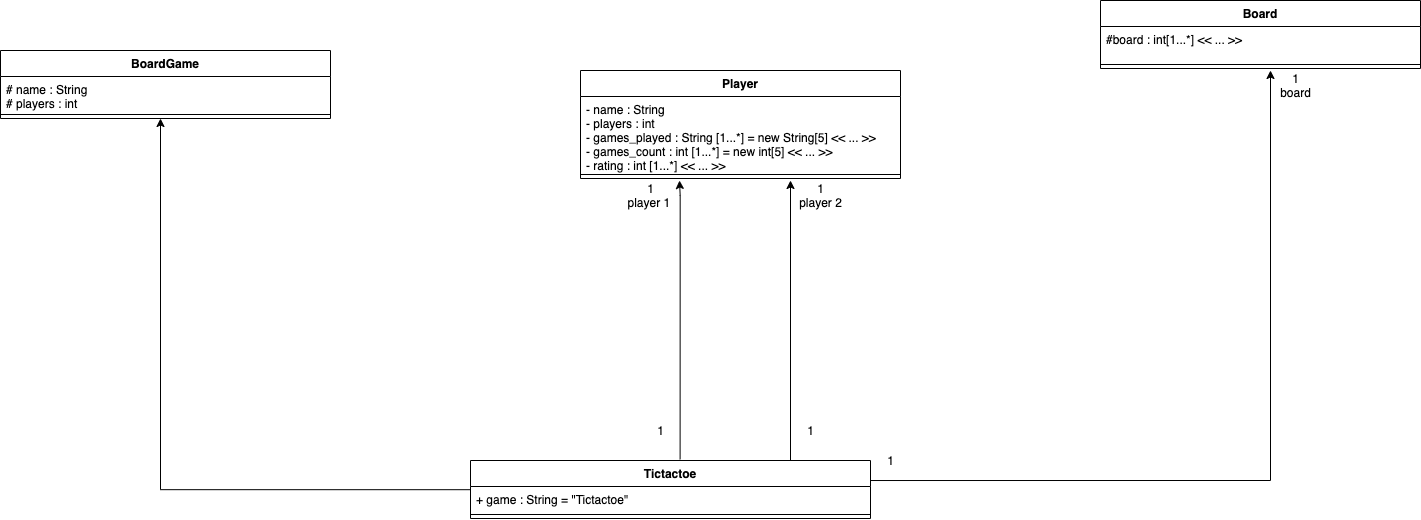
akshatg007/Domain_Model_ClassDiagram keeps this draw.io diagram as UMLUpdated.png. Above is the earlier version. Source tidied: cells renumbered, new cells last; positions are measured from the earlier drawing's top-left corner, leaving out a move shared by most shapes.
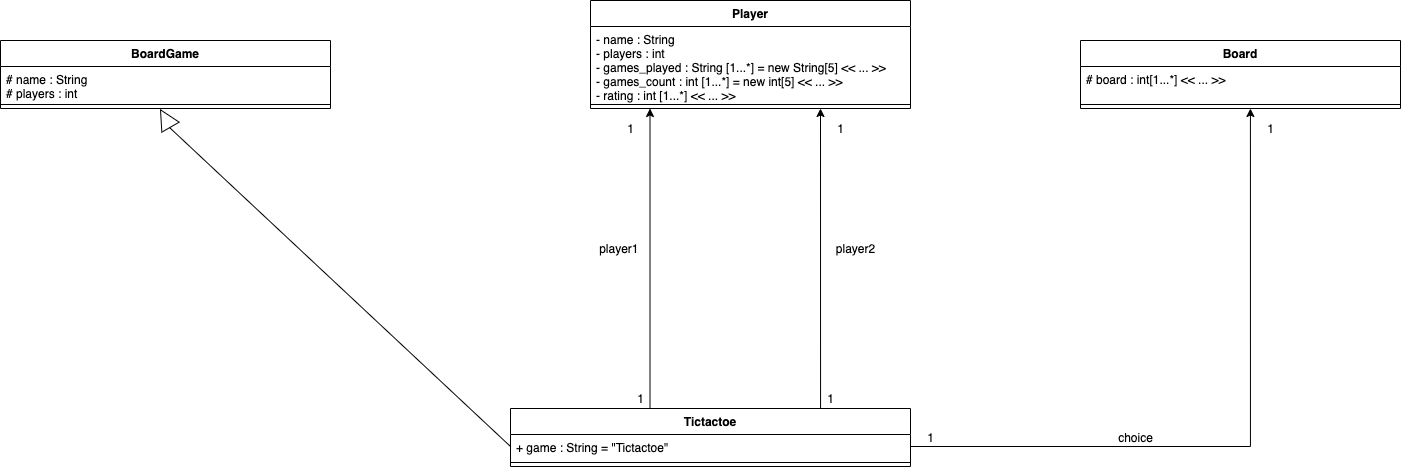
Above is the later version.

The edit, as a diff of the source:
```diff
@@ -3,7 +3,7 @@
     <mxCell id="0" />
     <mxCell id="1" parent="0" />
     <mxCell id="2" value="BoardGame" style="swimlane;fontStyle=1;align=center;verticalAlign=top;horizontal=1;startSize=26;" parent="1" vertex="1">
-      <mxGeometry y="50" width="330" height="68" as="geometry" />
+      <mxGeometry x="-440" y="-28" width="330" height="68" as="geometry" />
     </mxCell>
     <mxCell id="3" value="# name : String&#10;# players : int&#10;" style="text;strokeColor=none;fillColor=none;align=left;verticalAlign=top;spacingLeft=4;spacingRight=4;overflow=hidden;" parent="2" vertex="1">
       <mxGeometry y="26" width="330" height="34" as="geometry" />
@@ -12,7 +12,7 @@
       <mxGeometry y="60" width="330" height="8" as="geometry" />
     </mxCell>
     <mxCell id="5" value="Tictactoe" style="swimlane;fontStyle=1;align=center;verticalAlign=top;horizontal=1;startSize=26;" parent="1" vertex="1">
-      <mxGeometry x="470" y="460" width="400" height="58" as="geometry" />
+      <mxGeometry x="70" y="340" width="400" height="58" as="geometry" />
     </mxCell>
     <mxCell id="6" value="+ game : String = &quot;Tictactoe&quot;" style="text;strokeColor=none;fillColor=none;align=left;verticalAlign=top;spacingLeft=4;spacingRight=4;overflow=hidden;points=[[0,0.5],[1,0.5]];portConstraint=eastwest;" parent="5" vertex="1">
       <mxGeometry y="26" width="400" height="24" as="geometry" />
@@ -21,7 +21,7 @@
       <mxGeometry y="50" width="400" height="8" as="geometry" />
     </mxCell>
     <mxCell id="8" value="Player" style="swimlane;fontStyle=1;align=center;verticalAlign=top;horizontal=1;startSize=26;labelBackgroundColor=none;labelBorderColor=none;" parent="1" vertex="1">
-      <mxGeometry x="580" y="70" width="320" height="108" as="geometry" />
+      <mxGeometry x="150" y="-68" width="320" height="108" as="geometry" />
     </mxCell>
     <mxCell id="9" value="- name : String&#10;- players : int&#10;- games_played : String [1...*] = new String[5] &lt;&lt; ... &gt;&gt;&#10;- games_count : int [1...*] = new int[5] &lt;&lt; ... &gt;&gt;&#10;- rating : int [1...*] &lt;&lt; ... &gt;&gt;&#10;" style="text;strokeColor=none;fillColor=none;align=left;verticalAlign=top;spacingLeft=4;spacingRight=4;overflow=hidden;" parent="8" vertex="1">
       <mxGeometry y="26" width="320" height="74" as="geometry" />
@@ -30,63 +30,67 @@
       <mxGeometry y="100" width="320" height="8" as="geometry" />
     </mxCell>
     <mxCell id="11" value="Board" style="swimlane;fontStyle=1;align=center;verticalAlign=top;horizontal=1;startSize=26;" parent="1" vertex="1">
-      <mxGeometry x="1100" width="320" height="68" as="geometry" />
+      <mxGeometry x="640" y="-28" width="320" height="68" as="geometry" />
     </mxCell>
-    <mxCell id="12" value="#board : int[1...*] &lt;&lt; ... &gt;&gt;" style="text;strokeColor=none;fillColor=none;align=left;verticalAlign=top;spacingLeft=4;spacingRight=4;overflow=hidden;" parent="11" vertex="1">
-      <mxGeometry y="26" width="320" height="34" as="geometry" />
-    </mxCell>
+    <mxCell id="24" value="# board : int[1...*] &lt;&lt; ... &gt;&gt;" style="text;strokeColor=none;fillColor=none;align=left;verticalAlign=top;spacingLeft=4;spacingRight=4;overflow=hidden;" parent="11" vertex="1">
+      <mxGeometry y="26" width="320" height="34" as="geometry" />
+    </mxCell>
     <mxCell id="13" style="line;strokeWidth=1;fillColor=none;align=left;verticalAlign=middle;spacingTop=-1;spacingLeft=3;spacingRight=3;labelPosition=right;" parent="11" vertex="1">
       <mxGeometry y="60" width="320" height="8" as="geometry" />
     </mxCell>
-    <mxCell id="14" style="endArrow=classic;html=1;rounded=0;edgeStyle=orthogonalEdgeStyle;exitX=1;exitY=0.348;exitDx=0;exitDy=0;exitPerimeter=0;" parent="1" edge="1">
-      <mxGeometry relative="1" as="geometry">
-        <mxPoint x="870" y="480" as="sourcePoint" />
-        <mxPoint x="1270" y="70" as="targetPoint" />
-      </mxGeometry>
-    </mxCell>
-    <mxCell id="15" style="endArrow=classic;html=1;rounded=0;edgeStyle=orthogonalEdgeStyle;exitX=0.524;exitY=-0.021;exitDx=0;exitDy=0;exitPerimeter=0;" parent="1" edge="1" source="5">
-      <mxGeometry relative="1" as="geometry">
-        <mxPoint x="679" y="180" as="targetPoint" />
-        <Array as="points">
-          <mxPoint x="680" y="195" />
-          <mxPoint x="679" y="195" />
-        </Array>
-      </mxGeometry>
-    </mxCell>
-    <mxCell id="16" style="endArrow=classic;html=1;rounded=0;edgeStyle=orthogonalEdgeStyle;exitX=0.8;exitY=0;exitDx=0;exitDy=0;exitPerimeter=0;" parent="1" edge="1" source="5">
-      <mxGeometry relative="1" as="geometry">
-        <mxPoint x="790" y="180" as="targetPoint" />
-        <Array as="points">
-          <mxPoint x="790" y="180" />
-          <mxPoint x="790" y="180" />
-        </Array>
-      </mxGeometry>
-    </mxCell>
-    <mxCell id="17" style="endArrow=classic;html=1;rounded=0;edgeStyle=orthogonalEdgeStyle;entryX=0.462;entryY=1.019;entryDx=0;entryDy=0;entryPerimeter=0;exitX=-0.001;exitY=0.133;exitDx=0;exitDy=0;exitPerimeter=0;" parent="1" edge="1" source="6">
-      <mxGeometry relative="1" as="geometry">
-        <mxPoint x="160" y="118" as="targetPoint" />
-        <Array as="points">
-          <mxPoint x="160" y="489" />
-        </Array>
-      </mxGeometry>
-    </mxCell>
-    <mxCell id="18" value="1&lt;br&gt;player 1&amp;nbsp;" style="text;html=1;align=center;verticalAlign=middle;strokeColor=none;fillColor=none;" parent="1" vertex="1">
-      <mxGeometry x="620" y="180" width="60" height="30" as="geometry" />
-    </mxCell>
-    <mxCell id="19" value="1&lt;br&gt;player 2" style="text;html=1;align=center;verticalAlign=middle;strokeColor=none;fillColor=none;" parent="1" vertex="1">
-      <mxGeometry x="790" y="180" width="60" height="30" as="geometry" />
-    </mxCell>
-    <mxCell id="20" value="1&lt;br&gt;board" style="text;html=1;align=center;verticalAlign=middle;strokeColor=none;fillColor=none;" parent="1" vertex="1">
-      <mxGeometry x="1270" y="70" width="50" height="30" as="geometry" />
-    </mxCell>
-    <mxCell id="21" value="1" style="text;html=1;align=center;verticalAlign=middle;strokeColor=none;fillColor=none;" parent="1" vertex="1">
-      <mxGeometry x="650" y="420" width="20" height="20" as="geometry" />
-    </mxCell>
-    <mxCell id="22" value="1" style="text;html=1;align=center;verticalAlign=middle;strokeColor=none;fillColor=none;" parent="1" vertex="1">
-      <mxGeometry x="800" y="420" width="20" height="20" as="geometry" />
-    </mxCell>
-    <mxCell id="23" value="1" style="text;html=1;align=center;verticalAlign=middle;strokeColor=none;fillColor=none;" parent="1" vertex="1">
-      <mxGeometry x="880" y="450" width="20" height="20" as="geometry" />
-    </mxCell>
+    <mxCell id="25" style="endArrow=classic;html=1;rounded=0;edgeStyle=orthogonalEdgeStyle;exitX=1;exitY=0.5;exitDx=0;exitDy=0;entryX=0.531;entryY=1;entryDx=0;entryDy=0;entryPerimeter=0;" parent="1" edge="1" source="6">
+      <mxGeometry relative="1" as="geometry">
+        <mxPoint x="809.9" y="40" as="targetPoint" />
+      </mxGeometry>
+    </mxCell>
+    <mxCell id="26" style="endArrow=classic;html=1;rounded=0;edgeStyle=orthogonalEdgeStyle;" parent="1" edge="1">
+      <mxGeometry relative="1" as="geometry">
+        <mxPoint x="209.5" y="340" as="sourcePoint" />
+        <mxPoint x="209.5" y="40" as="targetPoint" />
+      </mxGeometry>
+    </mxCell>
+    <mxCell id="27" style="endArrow=classic;html=1;rounded=0;edgeStyle=orthogonalEdgeStyle;entryX=0.75;entryY=1;entryDx=0;entryDy=0;entryPerimeter=0;exitX=0.8;exitY=0;exitDx=0;exitDy=0;exitPerimeter=0;" parent="1" edge="1" source="5">
+      <mxGeometry relative="1" as="geometry">
+        <mxPoint x="380" y="40" as="targetPoint" />
+        <Array as="points">
+          <mxPoint x="380" y="340" />
+        </Array>
+      </mxGeometry>
+    </mxCell>
+    <mxCell id="28" value="1&lt;br&gt;" style="text;html=1;align=center;verticalAlign=middle;strokeColor=none;fillColor=none;" parent="1" vertex="1">
+      <mxGeometry x="180" y="50" width="20" height="20" as="geometry" />
+    </mxCell>
+    <mxCell id="29" value="1&lt;br&gt;" style="text;html=1;align=center;verticalAlign=middle;strokeColor=none;fillColor=none;" parent="1" vertex="1">
+      <mxGeometry x="390" y="50" width="20" height="20" as="geometry" />
+    </mxCell>
+    <mxCell id="30" value="1&lt;br&gt;" style="text;html=1;align=center;verticalAlign=middle;strokeColor=none;fillColor=none;" parent="1" vertex="1">
+      <mxGeometry x="820" y="50" width="20" height="20" as="geometry" />
+    </mxCell>
+    <mxCell id="31" value="1" style="text;html=1;align=center;verticalAlign=middle;strokeColor=none;fillColor=none;" parent="1" vertex="1">
+      <mxGeometry x="190" y="320" width="20" height="20" as="geometry" />
+    </mxCell>
+    <mxCell id="32" value="1" style="text;html=1;align=center;verticalAlign=middle;strokeColor=none;fillColor=none;" parent="1" vertex="1">
+      <mxGeometry x="380" y="320" width="20" height="20" as="geometry" />
+    </mxCell>
+    <mxCell id="33" value="1" style="text;html=1;align=center;verticalAlign=middle;strokeColor=none;fillColor=none;" parent="1" vertex="1">
+      <mxGeometry x="480" y="359" width="20" height="20" as="geometry" />
+    </mxCell>
+    <mxCell id="34" style="triangle;whiteSpace=wrap;html=1;direction=north;rotation=-30;" parent="1" vertex="1">
+      <mxGeometry x="-285" y="40" width="20" height="20" as="geometry" />
+    </mxCell>
+    <mxCell id="35" style="endArrow=none;html=1;rounded=0;entryX=0;entryY=0.5;entryDx=0;entryDy=0;exitX=0;exitY=0.5;exitDx=0;exitDy=0;" parent="1" edge="1" source="6">
+      <mxGeometry relative="1" as="geometry">
+        <mxPoint x="-271" y="59" as="targetPoint" />
+      </mxGeometry>
+    </mxCell>
+    <mxCell id="36" value="player1&amp;nbsp;" style="text;html=1;align=center;verticalAlign=middle;strokeColor=none;fillColor=none;" parent="1" vertex="1">
+      <mxGeometry x="150" y="170" width="60" height="20" as="geometry" />
+    </mxCell>
+    <mxCell id="37" value="player2" style="text;html=1;align=center;verticalAlign=middle;strokeColor=none;fillColor=none;" parent="1" vertex="1">
+      <mxGeometry x="390" y="170" width="50" height="20" as="geometry" />
+    </mxCell>
+    <mxCell id="38" value="choice" style="text;html=1;align=center;verticalAlign=middle;strokeColor=none;fillColor=none;" parent="1" vertex="1">
+      <mxGeometry x="670" y="359" width="50" height="20" as="geometry" />
+    </mxCell>
   </root>
 </mxGraphModel>
```
